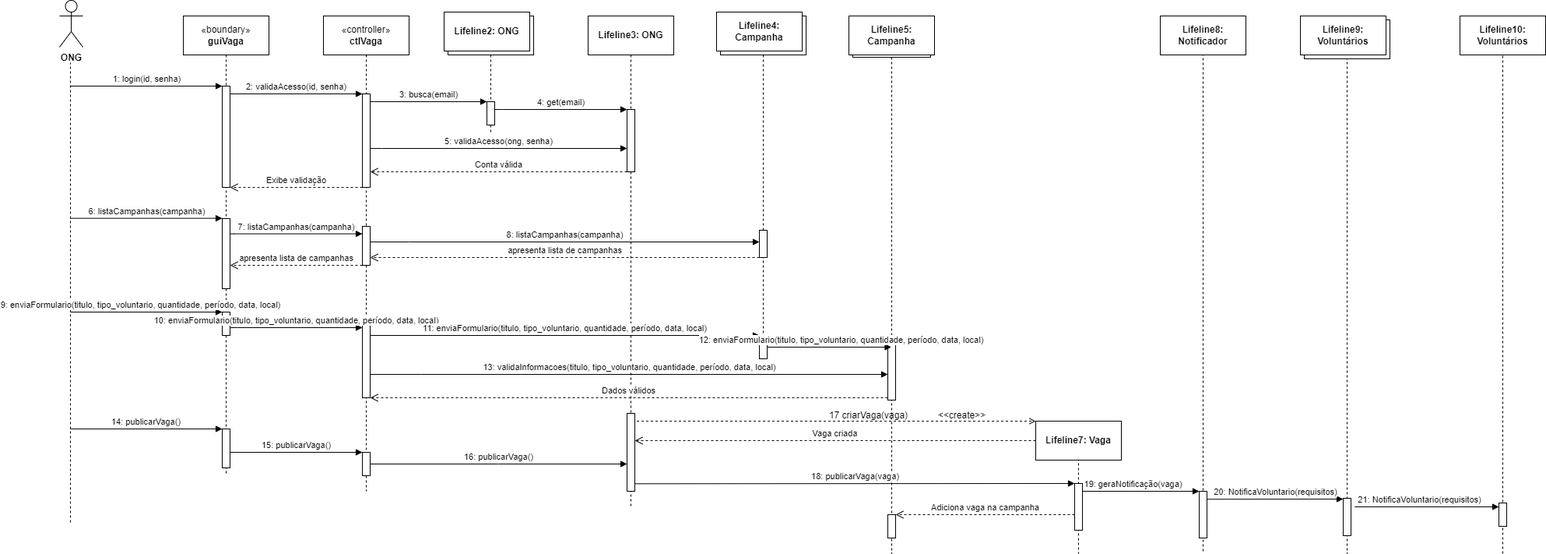
Before: Diagrama Sequencia Detalhado Completo.drawio.png, a diagram exported from draw.io (erikhsu08/projetosoftware). Source tidied: cells renumbered, new cells last; positions are measured from the earlier drawing's top-left corner, leaving out a move shared by most shapes.
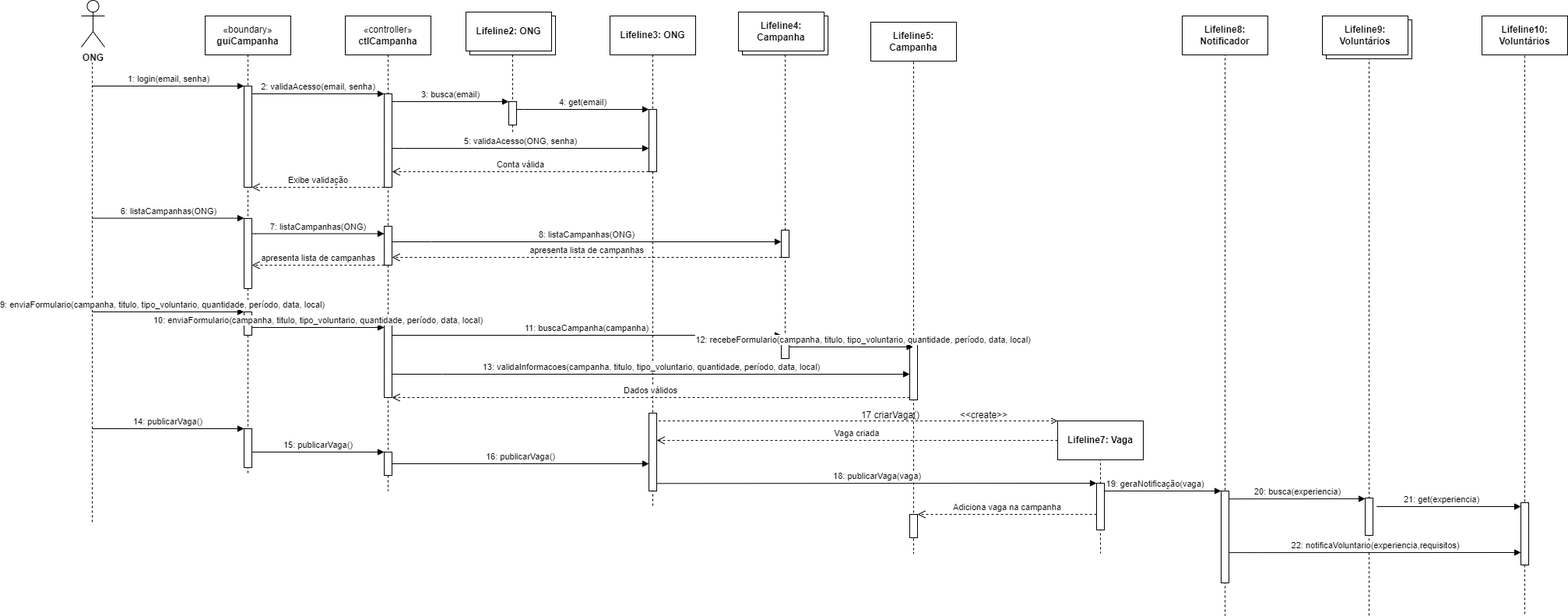
The same diagram one commit later.

The edit, as a diff of the source:
```diff
@@ -17,7 +17,7 @@
     <mxCell id="6" style="html=1;perimeter=orthogonalPerimeter;targetShapes=umlLifeline;newEdgeStyle={&quot;edgeStyle&quot;:&quot;elbowEdgeStyle&quot;,&quot;elbow&quot;:&quot;vertical&quot;,&quot;curved&quot;:0,&quot;rounded&quot;:0};" parent="2" vertex="1">
       <mxGeometry x="45" y="520" width="10" height="50" as="geometry" />
     </mxCell>
-    <mxCell id="7" value="1: login(id, senha)" style="html=1;verticalAlign=bottom;endArrow=block;edgeStyle=elbowEdgeStyle;elbow=vertical;curved=0;rounded=0;" parent="1" edge="1" target="3">
+    <mxCell id="7" value="1: login(email, senha)" style="html=1;verticalAlign=bottom;endArrow=block;edgeStyle=elbowEdgeStyle;elbow=vertical;curved=0;rounded=0;" parent="1" edge="1" target="3">
       <mxGeometry relative="1" as="geometry">
         <mxPoint x="14" y="110" as="sourcePoint" />
         <Array as="points">
@@ -34,7 +34,7 @@
         <mxPoint x="14" y="80" as="targetPoint" />
       </mxGeometry>
     </mxCell>
-    <mxCell id="10" value="6: listaCampanhas(campanha)" style="html=1;verticalAlign=bottom;endArrow=block;edgeStyle=elbowEdgeStyle;elbow=vertical;curved=0;rounded=0;" parent="1" edge="1">
+    <mxCell id="10" value="6: listaCampanhas(ONG)" style="html=1;verticalAlign=bottom;endArrow=block;edgeStyle=elbowEdgeStyle;elbow=vertical;curved=0;rounded=0;" parent="1" edge="1">
       <mxGeometry relative="1" as="geometry">
         <mxPoint x="14" y="279.7" as="sourcePoint" />
         <mxPoint x="209" y="279.7" as="targetPoint" />
@@ -43,7 +43,7 @@
         </Array>
       </mxGeometry>
     </mxCell>
-    <mxCell id="11" value="&lt;font style=&quot;font-size: 11px;&quot;&gt;9: enviaFormulario(titulo, tipo_voluntario, quantidade, período, data, local)&lt;/font&gt;" style="html=1;verticalAlign=bottom;endArrow=block;edgeStyle=elbowEdgeStyle;elbow=horizontal;curved=0;rounded=0;" parent="1" edge="1">
+    <mxCell id="11" value="&lt;font style=&quot;font-size: 11px;&quot;&gt;9: enviaFormulario(campanha, titulo, tipo_voluntario, quantidade, período, data, local)&lt;/font&gt;" style="html=1;verticalAlign=bottom;endArrow=block;edgeStyle=elbowEdgeStyle;elbow=horizontal;curved=0;rounded=0;" parent="1" edge="1">
       <mxGeometry x="-0.08" relative="1" as="geometry">
         <mxPoint x="14" y="400" as="sourcePoint" />
         <mxPoint x="209" y="400" as="targetPoint" />
@@ -76,17 +76,17 @@
     <mxCell id="17" style="html=1;points=[];perimeter=orthogonalPerimeter;outlineConnect=0;targetShapes=umlLifeline;portConstraint=eastwest;newEdgeStyle={&quot;edgeStyle&quot;:&quot;elbowEdgeStyle&quot;,&quot;elbow&quot;:&quot;vertical&quot;,&quot;curved&quot;:0,&quot;rounded&quot;:0};" parent="13" vertex="1">
       <mxGeometry x="45" y="550" width="10" height="30" as="geometry" />
     </mxCell>
-    <mxCell id="18" value="2: validaAcesso(id, senha)" style="html=1;verticalAlign=bottom;endArrow=block;edgeStyle=elbowEdgeStyle;elbow=vertical;curved=0;rounded=0;" parent="1" edge="1" source="3" target="14">
+    <mxCell id="18" value="2: validaAcesso(email, senha)" style="html=1;verticalAlign=bottom;endArrow=block;edgeStyle=elbowEdgeStyle;elbow=vertical;curved=0;rounded=0;" parent="1" edge="1" source="3" target="14">
       <mxGeometry relative="1" as="geometry">
         <Array as="points">
           <mxPoint x="314" y="120" />
         </Array>
       </mxGeometry>
     </mxCell>
-    <mxCell id="19" value="«boundary»&lt;br&gt;&lt;b&gt;guiVaga&lt;/b&gt;" style="html=1;whiteSpace=wrap;" parent="1" vertex="1">
+    <mxCell id="19" value="«boundary»&lt;br&gt;&lt;b&gt;guiCampanha&lt;/b&gt;" style="html=1;whiteSpace=wrap;" parent="1" vertex="1">
       <mxGeometry x="159" y="20" width="110" height="50" as="geometry" />
     </mxCell>
-    <mxCell id="20" value="«controller»&lt;br&gt;&lt;b&gt;ctlVaga&lt;/b&gt;" style="html=1;whiteSpace=wrap;" parent="1" vertex="1">
+    <mxCell id="20" value="«controller»&lt;br&gt;&lt;b&gt;ctlCampanha&lt;/b&gt;" style="html=1;whiteSpace=wrap;" parent="1" vertex="1">
       <mxGeometry x="339" y="20" width="110" height="50" as="geometry" />
     </mxCell>
     <mxCell id="21" style="shape=umlLifeline;perimeter=lifelinePerimeter;whiteSpace=wrap;html=1;newEdgeStyle={&quot;edgeStyle&quot;:&quot;elbowEdgeStyle&quot;,&quot;elbow&quot;:&quot;vertical&quot;,&quot;curved&quot;:0,&quot;rounded&quot;:0};" parent="1" vertex="1">
@@ -136,7 +136,7 @@
         </Array>
       </mxGeometry>
     </mxCell>
-    <mxCell id="34" value="5: validaAcesso(ong, senha)" style="html=1;verticalAlign=bottom;endArrow=block;edgeStyle=elbowEdgeStyle;elbow=vertical;curved=0;rounded=0;" parent="1" edge="1" source="14" target="24">
+    <mxCell id="34" value="5: validaAcesso(ONG, senha)" style="html=1;verticalAlign=bottom;endArrow=block;edgeStyle=elbowEdgeStyle;elbow=vertical;curved=0;rounded=0;" parent="1" edge="1" source="14" target="24">
       <mxGeometry relative="1" as="geometry">
         <Array as="points">
           <mxPoint x="414" y="190" />
@@ -149,14 +149,14 @@
     <mxCell id="36" value="Lifeline4: Campanha" style="html=1;whiteSpace=wrap;fontStyle=1;" parent="1" vertex="1">
       <mxGeometry x="844" y="15" width="110" height="50" as="geometry" />
     </mxCell>
-    <mxCell id="37" value="7: listaCampanhas(campanha)" style="html=1;verticalAlign=bottom;endArrow=block;edgeStyle=elbowEdgeStyle;elbow=vertical;curved=0;rounded=0;" parent="1" edge="1" source="4" target="15">
+    <mxCell id="37" value="7: listaCampanhas(ONG)" style="html=1;verticalAlign=bottom;endArrow=block;edgeStyle=elbowEdgeStyle;elbow=vertical;curved=0;rounded=0;" parent="1" edge="1" source="4" target="15">
       <mxGeometry relative="1" as="geometry">
         <Array as="points">
           <mxPoint x="224" y="299.6" />
         </Array>
       </mxGeometry>
     </mxCell>
-    <mxCell id="38" value="8: listaCampanhas(campanha)" style="html=1;verticalAlign=bottom;endArrow=block;edgeStyle=elbowEdgeStyle;elbow=vertical;curved=0;rounded=0;" parent="1" edge="1" source="15" target="27">
+    <mxCell id="38" value="8: listaCampanhas(ONG)" style="html=1;verticalAlign=bottom;endArrow=block;edgeStyle=elbowEdgeStyle;elbow=vertical;curved=0;rounded=0;" parent="1" edge="1" source="15" target="27">
       <mxGeometry relative="1" as="geometry">
         <Array as="points">
           <mxPoint x="449" y="310" />
@@ -173,16 +173,16 @@
       <mxGeometry x="45" y="627" width="10" height="30" as="geometry" />
     </mxCell>
     <mxCell id="42" value="Lifeline5: Campanha" style="html=1;whiteSpace=wrap;fontStyle=1;" parent="1" vertex="1">
-      <mxGeometry x="1014" y="20" width="110" height="50" as="geometry" />
+      <mxGeometry x="1014" y="28" width="110" height="50" as="geometry" />
     </mxCell>
-    <mxCell id="43" value="10: enviaFormulario(titulo, tipo_voluntario, quantidade, período, data, local)" style="html=1;verticalAlign=bottom;endArrow=block;edgeStyle=elbowEdgeStyle;elbow=horizontal;curved=0;rounded=0;" parent="1" edge="1" source="5" target="16">
+    <mxCell id="43" value="10: enviaFormulario(campanha, titulo, tipo_voluntario, quantidade, período, data, local)" style="html=1;verticalAlign=bottom;endArrow=block;edgeStyle=elbowEdgeStyle;elbow=horizontal;curved=0;rounded=0;" parent="1" edge="1" source="5" target="16">
       <mxGeometry relative="1" as="geometry">
         <Array as="points">
           <mxPoint x="229" y="420" />
         </Array>
       </mxGeometry>
     </mxCell>
-    <mxCell id="44" value="11: enviaFormulario(titulo, tipo_voluntario, quantidade, período, data, local)" style="html=1;verticalAlign=bottom;endArrow=block;edgeStyle=elbowEdgeStyle;elbow=horizontal;curved=0;rounded=0;" parent="1" edge="1">
+    <mxCell id="44" value="11: buscaCampanha(campanha)" style="html=1;verticalAlign=bottom;endArrow=block;edgeStyle=elbowEdgeStyle;elbow=horizontal;curved=0;rounded=0;" parent="1" edge="1">
       <mxGeometry relative="1" as="geometry">
         <mxPoint x="399" y="430" as="sourcePoint" />
         <mxPoint x="899" y="430" as="targetPoint" />
@@ -206,7 +206,7 @@
     <mxCell id="48" value="Lifeline7: Vaga" style="html=1;whiteSpace=wrap;fontStyle=1;" parent="1" vertex="1">
       <mxGeometry x="1254" y="540" width="110" height="50" as="geometry" />
     </mxCell>
-    <mxCell id="49" value="13: validaInformacoes(titulo, tipo_voluntario, quantidade, período, data, local)" style="html=1;verticalAlign=bottom;endArrow=block;edgeStyle=elbowEdgeStyle;elbow=vertical;curved=0;rounded=0;" parent="1" edge="1" source="16" target="40">
+    <mxCell id="49" value="13: validaInformacoes(campanha, titulo, tipo_voluntario, quantidade, período, data, local)" style="html=1;verticalAlign=bottom;endArrow=block;edgeStyle=elbowEdgeStyle;elbow=vertical;curved=0;rounded=0;" parent="1" edge="1" source="16" target="40">
       <mxGeometry relative="1" as="geometry">
         <Array as="points">
           <mxPoint x="464" y="480" />
@@ -247,8 +247,8 @@
     <mxCell id="56" value="&amp;lt;&amp;lt;create&amp;gt;&amp;gt;" style="text;html=1;align=center;verticalAlign=middle;strokeColor=none;fillColor=none;" parent="1" vertex="1">
       <mxGeometry x="1119" y="518" width="80" height="30" as="geometry" />
     </mxCell>
-    <mxCell id="57" value="17 criarVaga(vaga)" style="text;html=1;align=center;verticalAlign=middle;strokeColor=none;fillColor=none;" parent="1" vertex="1">
-      <mxGeometry x="979" y="518" width="120" height="30" as="geometry" />
+    <mxCell id="57" value="17 criarVaga()" style="text;html=1;align=center;verticalAlign=middle;strokeColor=none;fillColor=none;" parent="1" vertex="1">
+      <mxGeometry x="989" y="518" width="100" height="30" as="geometry" />
     </mxCell>
     <mxCell id="58" value="Vaga criada" style="html=1;verticalAlign=bottom;endArrow=open;dashed=1;endSize=8;curved=0;rounded=0;exitX=0;exitY=0.5;exitDx=0;exitDy=0;" parent="1" edge="1" source="48" target="25">
       <mxGeometry relative="1" as="geometry" />
@@ -265,7 +265,7 @@
         <mxPoint x="219" y="340" as="targetPoint" />
       </mxGeometry>
     </mxCell>
-    <mxCell id="61" value="12: enviaFormulario(titulo, tipo_voluntario, quantidade, período, data, local)" style="html=1;verticalAlign=bottom;endArrow=block;edgeStyle=elbowEdgeStyle;elbow=horizontal;curved=0;rounded=0;" parent="1" edge="1" source="28" target="39">
+    <mxCell id="61" value="12: recebeFormulario(campanha, titulo, tipo_voluntario, quantidade, período, data, local)" style="html=1;verticalAlign=bottom;endArrow=block;edgeStyle=elbowEdgeStyle;elbow=horizontal;curved=0;rounded=0;" parent="1" edge="1" source="28" target="39">
       <mxGeometry x="0.19" relative="1" as="geometry">
         <Array as="points">
           <mxPoint x="1109" y="440" />
@@ -273,7 +273,7 @@
       </mxGeometry>
     </mxCell>
     <mxCell id="62" value="&amp;lt;&amp;lt;Boundary&amp;gt;&amp;gt;&lt;br&gt;&lt;b&gt;guiVaga&lt;/b&gt;" style="shape=umlLifeline;perimeter=lifelinePerimeter;whiteSpace=wrap;html=1;newEdgeStyle={&quot;edgeStyle&quot;:&quot;elbowEdgeStyle&quot;,&quot;elbow&quot;:&quot;vertical&quot;,&quot;curved&quot;:0,&quot;rounded&quot;:0};" parent="1" vertex="1">
-      <mxGeometry x="1604" y="33" width="100" height="677" as="geometry" />
+      <mxGeometry x="1604" y="33" width="100" height="757" as="geometry" />
     </mxCell>
     <mxCell id="63" style="html=1;points=[];perimeter=orthogonalPerimeter;outlineConnect=0;targetShapes=umlLifeline;portConstraint=eastwest;newEdgeStyle={&quot;edgeStyle&quot;:&quot;elbowEdgeStyle&quot;,&quot;elbow&quot;:&quot;vertical&quot;,&quot;curved&quot;:0,&quot;rounded&quot;:0};" parent="62" vertex="1">
       <mxGeometry x="45" y="606" width="10" height="48" as="geometry" />
@@ -285,20 +285,20 @@
       <mxGeometry x="1594" y="20" width="110" height="50" as="geometry" />
     </mxCell>
     <mxCell id="66" value="&amp;lt;&amp;lt;Boundary&amp;gt;&amp;gt;&lt;br&gt;&lt;b&gt;guiVaga&lt;/b&gt;" style="shape=umlLifeline;perimeter=lifelinePerimeter;whiteSpace=wrap;html=1;newEdgeStyle={&quot;edgeStyle&quot;:&quot;elbowEdgeStyle&quot;,&quot;elbow&quot;:&quot;vertical&quot;,&quot;curved&quot;:0,&quot;rounded&quot;:0};" parent="1" vertex="1">
-      <mxGeometry x="1804" y="25" width="100" height="685" as="geometry" />
+      <mxGeometry x="1804" y="25" width="100" height="765" as="geometry" />
     </mxCell>
     <mxCell id="67" style="html=1;points=[];perimeter=orthogonalPerimeter;outlineConnect=0;targetShapes=umlLifeline;portConstraint=eastwest;newEdgeStyle={&quot;edgeStyle&quot;:&quot;elbowEdgeStyle&quot;,&quot;elbow&quot;:&quot;vertical&quot;,&quot;curved&quot;:0,&quot;rounded&quot;:0};" parent="66" vertex="1">
-      <mxGeometry x="45" y="620" width="10" height="30" as="geometry" />
+      <mxGeometry x="45" y="620" width="10" height="80" as="geometry" />
     </mxCell>
     <mxCell id="68" value="Lifeline10: Voluntários" style="html=1;whiteSpace=wrap;fontStyle=1;" parent="1" vertex="1">
       <mxGeometry x="1799" y="20" width="110" height="50" as="geometry" />
     </mxCell>
-    <mxCell id="69" value="20: NotificaVoluntario(requisitos)" style="html=1;verticalAlign=bottom;endArrow=block;edgeStyle=elbowEdgeStyle;elbow=vertical;curved=0;rounded=0;" parent="1" edge="1" target="63">
+    <mxCell id="69" value="20: busca(experiencia)" style="html=1;verticalAlign=bottom;endArrow=block;edgeStyle=elbowEdgeStyle;elbow=vertical;curved=0;rounded=0;" parent="1" edge="1" target="63">
       <mxGeometry relative="1" as="geometry">
         <mxPoint x="1474" y="640.2" as="sourcePoint" />
       </mxGeometry>
     </mxCell>
-    <mxCell id="70" value="21: NotificaVoluntario(requisitos)" style="html=1;verticalAlign=bottom;endArrow=block;edgeStyle=elbowEdgeStyle;elbow=vertical;curved=0;rounded=0;" parent="1" edge="1" target="67">
+    <mxCell id="70" value="21: get(experiencia)" style="html=1;verticalAlign=bottom;endArrow=block;edgeStyle=elbowEdgeStyle;elbow=vertical;curved=0;rounded=0;" parent="1" edge="1" target="67">
       <mxGeometry relative="1" as="geometry">
         <mxPoint x="1684" y="650" as="sourcePoint" />
         <Array as="points">
@@ -307,10 +307,10 @@
       </mxGeometry>
     </mxCell>
     <mxCell id="71" value="&amp;lt;&amp;lt;Boundary&amp;gt;&amp;gt;&lt;br&gt;&lt;b&gt;guiVaga&lt;/b&gt;" style="shape=umlLifeline;perimeter=lifelinePerimeter;whiteSpace=wrap;html=1;newEdgeStyle={&quot;edgeStyle&quot;:&quot;elbowEdgeStyle&quot;,&quot;elbow&quot;:&quot;vertical&quot;,&quot;curved&quot;:0,&quot;rounded&quot;:0};" parent="1" vertex="1">
-      <mxGeometry x="1419" y="28" width="100" height="682" as="geometry" />
+      <mxGeometry x="1419" y="28" width="100" height="762" as="geometry" />
     </mxCell>
     <mxCell id="72" style="html=1;points=[];perimeter=orthogonalPerimeter;outlineConnect=0;targetShapes=umlLifeline;portConstraint=eastwest;newEdgeStyle={&quot;edgeStyle&quot;:&quot;elbowEdgeStyle&quot;,&quot;elbow&quot;:&quot;vertical&quot;,&quot;curved&quot;:0,&quot;rounded&quot;:0};" parent="71" vertex="1">
-      <mxGeometry x="45" y="602" width="10" height="60" as="geometry" />
+      <mxGeometry x="45" y="602" width="10" height="118" as="geometry" />
     </mxCell>
     <mxCell id="73" value="Lifeline8: Notificador" style="html=1;whiteSpace=wrap;fontStyle=1;" parent="1" vertex="1">
       <mxGeometry x="1414" y="20" width="110" height="50" as="geometry" />
@@ -329,5 +329,10 @@
         <mxPoint x="1074" y="660" as="targetPoint" />
       </mxGeometry>
     </mxCell>
+    <mxCell id="76" value="22: notificaVoluntario(experiencia,requisitos)" style="html=1;verticalAlign=bottom;endArrow=block;edgeStyle=elbowEdgeStyle;elbow=vertical;curved=0;rounded=0;" parent="1" edge="1" target="67">
+      <mxGeometry relative="1" as="geometry">
+        <mxPoint x="1474" y="709.1" as="sourcePoint" />
+      </mxGeometry>
+    </mxCell>
   </root>
 </mxGraphModel>
```
